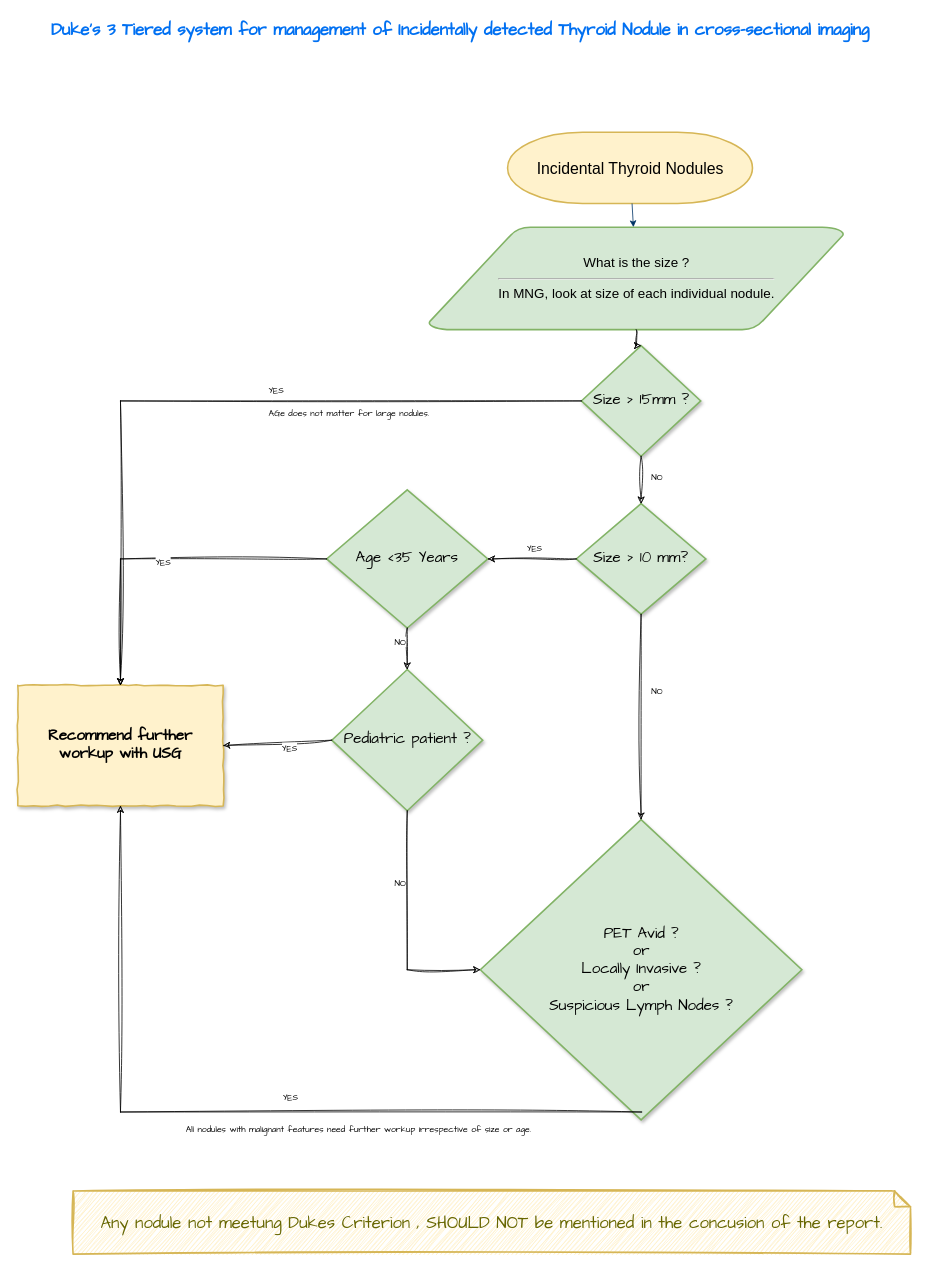
The draw.io diagram mermaid_diagrams/incidental-thyroid-nodule.drawio in visit-www/ws_companion, before the edit. Source tidied: cells renumbered, new cells numbered last; positions are measured from the earlier drawing's top-left corner, leaving out a move shared by most shapes. Both pictures are drawn from the tidied source at 79%, with x=0, y=0 at pixel (17, 13).
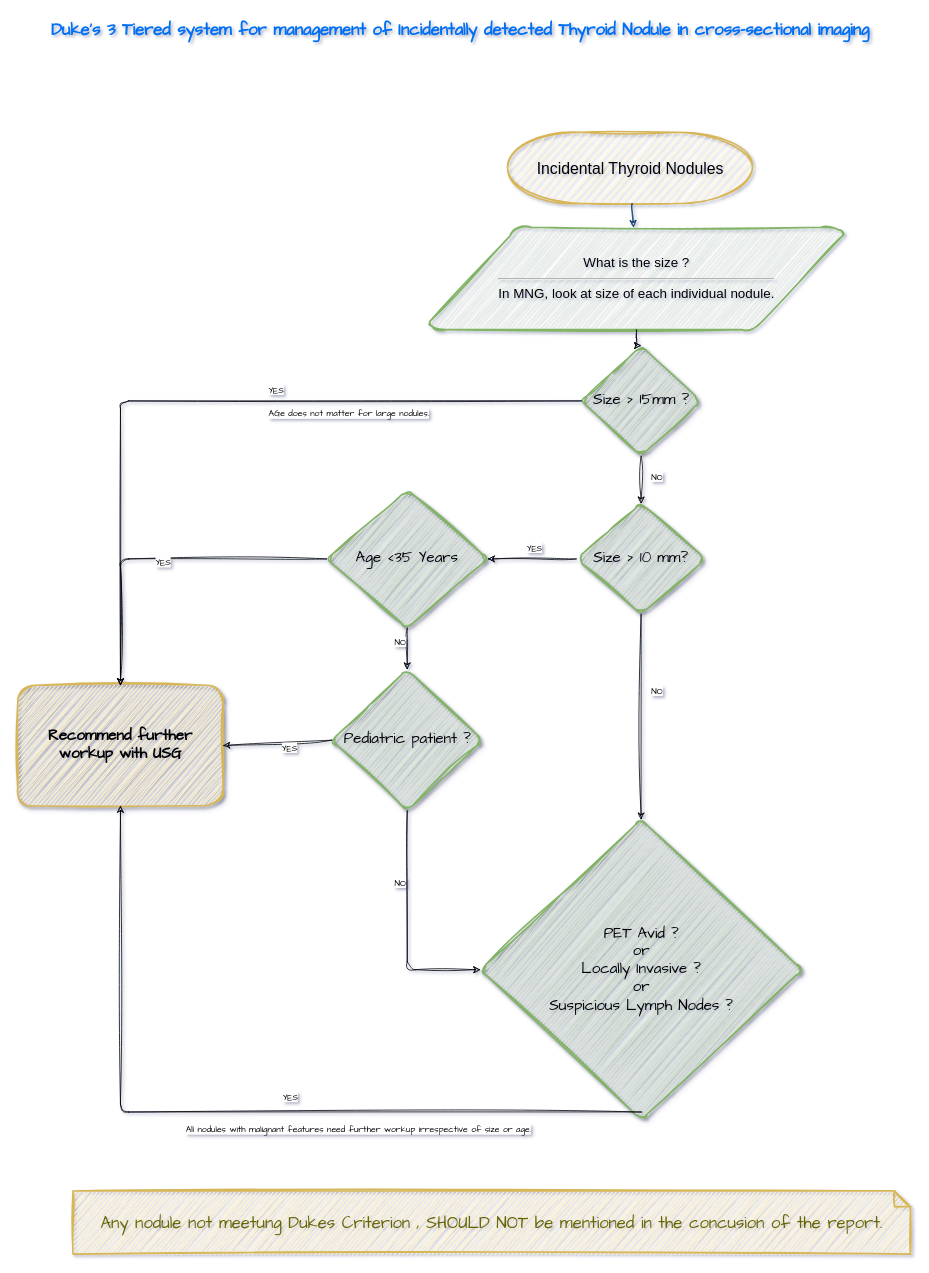
The same diagram, later.

Change to the diagram source:
```diff
@@
-<mxGraphModel>
+<mxGraphModel shadow="1">
@@
-    <mxCell id="2" style="group;fontSize=24;" parent="1" vertex="1">
+    <mxCell id="2" style="group;fontSize=24;sketch=1;curveFitting=1;jiggle=2;rounded=1;" parent="1" vertex="1">
       <mxGeometry x="30" width="1061" height="1250" as="geometry" />
     </mxCell>
-    <mxCell id="3" style="group;" parent="2" vertex="1">
+    <mxCell id="3" style="group;sketch=1;curveFitting=1;jiggle=2;rounded=1;" parent="2" vertex="1">
       <mxGeometry x="81" y="150" width="980" height="1080" as="geometry" />
     </mxCell>
-    <mxCell id="4" value="Incidental Thyroid Nodules" style="shape=mxgraph.flowchart.terminator;strokeWidth=2;gradientDirection=north;fontStyle=0;html=1;fillColor=#fff2cc;strokeColor=#d6b656;fontSize=20;" parent="3" vertex="1">
+    <mxCell id="4" value="Incidental Thyroid Nodules" style="shape=mxgraph.flowchart.terminator;strokeWidth=2;gradientDirection=north;fontStyle=0;html=1;fillColor=#fff2cc;strokeColor=#d6b656;fontSize=20;sketch=1;curveFitting=1;jiggle=2;rounded=1;" parent="3" vertex="1">
       <mxGeometry x="509" width="310" height="90" as="geometry" />
     </mxCell>
-    <mxCell id="5" value="&lt;font style=&quot;font-size: 17px;&quot;&gt;What is the size ?&lt;/font&gt;&lt;div style=&quot;font-size: 17px;&quot;&gt;&lt;hr&gt;&lt;div&gt;&lt;/div&gt;&lt;div&gt;&lt;font style=&quot;font-size: 17px;&quot;&gt;In MNG, look at size of each individual nodule.&lt;/font&gt;&lt;/div&gt;&lt;/div&gt;" style="shape=mxgraph.flowchart.data;strokeWidth=2;gradientDirection=north;fontStyle=0;html=1;fillColor=#d5e8d4;strokeColor=#82b366;" parent="3" vertex="1">
+    <mxCell id="5" value="&lt;font style=&quot;font-size: 17px;&quot;&gt;What is the size ?&lt;/font&gt;&lt;div style=&quot;font-size: 17px;&quot;&gt;&lt;hr&gt;&lt;div&gt;&lt;/div&gt;&lt;div&gt;&lt;font style=&quot;font-size: 17px;&quot;&gt;In MNG, look at size of each individual nodule.&lt;/font&gt;&lt;/div&gt;&lt;/div&gt;" style="shape=mxgraph.flowchart.data;strokeWidth=2;gradientDirection=north;fontStyle=0;html=1;fillColor=#d5e8d4;strokeColor=#82b366;sketch=1;curveFitting=1;jiggle=2;rounded=1;" parent="3" vertex="1">
       <mxGeometry x="409" y="120" width="526" height="130" as="geometry" />
     </mxCell>
-    <mxCell id="6" value="Size &amp;gt; 15mm ?" style="rhombus;whiteSpace=wrap;html=1;strokeWidth=2;gradientDirection=north;fontStyle=0;hachureGap=4;fontFamily=Architects Daughter;fillColor=#d5e8d4;strokeColor=#82b366;rounded=0;shadow=1;fontSize=19;" parent="3" vertex="1">
+    <mxCell id="6" value="Size &amp;gt; 15mm ?" style="rhombus;whiteSpace=wrap;html=1;strokeWidth=2;gradientDirection=north;fontStyle=0;hachureGap=4;fontFamily=Architects Daughter;fillColor=#d5e8d4;strokeColor=#82b366;rounded=1;shadow=1;fontSize=19;sketch=1;curveFitting=1;jiggle=2;" parent="3" vertex="1">
       <mxGeometry x="602.5" y="270" width="151" height="140" as="geometry" />
     </mxCell>
-    <mxCell id="7" value="Recommend further workup with USG" style="whiteSpace=wrap;html=1;fontFamily=Architects Daughter;strokeWidth=2;gradientDirection=north;fontStyle=1;hachureGap=4;fillColor=#fff2cc;strokeColor=#d6b656;shadow=1;comic=1;fontSize=19;" parent="3" vertex="1">
+    <mxCell id="7" value="Recommend further workup with USG" style="whiteSpace=wrap;html=1;fontFamily=Architects Daughter;strokeWidth=2;gradientDirection=north;fontStyle=1;hachureGap=4;fillColor=#fff2cc;strokeColor=#d6b656;shadow=1;comic=1;fontSize=19;sketch=1;curveFitting=1;jiggle=2;rounded=1;" parent="3" vertex="1">
       <mxGeometry x="-111" y="700" width="260" height="152.5" as="geometry" />
     </mxCell>
-    <mxCell id="8" value="Size &amp;gt; 10 mm?" style="rhombus;whiteSpace=wrap;html=1;fontFamily=Architects Daughter;fillColor=#d5e8d4;strokeColor=#82b366;strokeWidth=2;gradientDirection=north;fontStyle=0;hachureGap=4;rounded=0;shadow=1;fontSize=19;" parent="3" vertex="1">
+    <mxCell id="8" value="Size &amp;gt; 10 mm?" style="rhombus;whiteSpace=wrap;html=1;fontFamily=Architects Daughter;fillColor=#d5e8d4;strokeColor=#82b366;strokeWidth=2;gradientDirection=north;fontStyle=0;hachureGap=4;rounded=1;shadow=1;fontSize=19;sketch=1;curveFitting=1;jiggle=2;" parent="3" vertex="1">
       <mxGeometry x="596" y="470" width="164" height="140" as="geometry" />
     </mxCell>
-    <mxCell id="9" value="Age &amp;lt;35 Years" style="rhombus;whiteSpace=wrap;html=1;fontFamily=Architects Daughter;fillColor=#d5e8d4;strokeColor=#82b366;strokeWidth=2;gradientDirection=north;fontStyle=0;hachureGap=4;rounded=0;shadow=1;fontSize=19;" parent="3" vertex="1">
+    <mxCell id="9" value="Age &amp;lt;35 Years" style="rhombus;whiteSpace=wrap;html=1;fontFamily=Architects Daughter;fillColor=#d5e8d4;strokeColor=#82b366;strokeWidth=2;gradientDirection=north;fontStyle=0;hachureGap=4;rounded=1;shadow=1;fontSize=19;sketch=1;curveFitting=1;jiggle=2;" parent="3" vertex="1">
       <mxGeometry x="280" y="452.5" width="204" height="175" as="geometry" />
     </mxCell>
-    <mxCell id="10" value="Pediatric patient ?" style="rhombus;whiteSpace=wrap;html=1;fontFamily=Architects Daughter;fillColor=#d5e8d4;strokeColor=#82b366;strokeWidth=2;gradientDirection=north;fontStyle=0;hachureGap=4;rounded=0;shadow=1;fontSize=19;" parent="3" vertex="1">
+    <mxCell id="10" value="Pediatric patient ?" style="rhombus;whiteSpace=wrap;html=1;fontFamily=Architects Daughter;fillColor=#d5e8d4;strokeColor=#82b366;strokeWidth=2;gradientDirection=north;fontStyle=0;hachureGap=4;rounded=1;shadow=1;fontSize=19;sketch=1;curveFitting=1;jiggle=2;" parent="3" vertex="1">
       <mxGeometry x="286.5" y="680" width="191" height="178.8" as="geometry" />
     </mxCell>
-    <mxCell id="11" value="PET Avid ?&lt;div style=&quot;font-size: 19px;&quot;&gt;or&lt;/div&gt;&lt;div style=&quot;font-size: 19px;&quot;&gt;Locally Invasive ?&lt;/div&gt;&lt;div style=&quot;font-size: 19px;&quot;&gt;or&lt;/div&gt;&lt;div style=&quot;font-size: 19px;&quot;&gt;Suspicious Lymph Nodes ?&lt;/div&gt;" style="rhombus;whiteSpace=wrap;html=1;fontFamily=Architects Daughter;fillColor=#d5e8d4;strokeColor=#82b366;strokeWidth=2;gradientDirection=north;fontStyle=0;hachureGap=4;rounded=0;shadow=1;fontSize=19;" parent="3" vertex="1">
+    <mxCell id="11" value="PET Avid ?&lt;div style=&quot;font-size: 19px;&quot;&gt;or&lt;/div&gt;&lt;div style=&quot;font-size: 19px;&quot;&gt;Locally Invasive ?&lt;/div&gt;&lt;div style=&quot;font-size: 19px;&quot;&gt;or&lt;/div&gt;&lt;div style=&quot;font-size: 19px;&quot;&gt;Suspicious Lymph Nodes ?&lt;/div&gt;" style="rhombus;whiteSpace=wrap;html=1;fontFamily=Architects Daughter;fillColor=#d5e8d4;strokeColor=#82b366;strokeWidth=2;gradientDirection=north;fontStyle=0;hachureGap=4;rounded=1;shadow=1;fontSize=19;sketch=1;curveFitting=1;jiggle=2;" parent="3" vertex="1">
       <mxGeometry x="474.5" y="870" width="407" height="380" as="geometry" />
     </mxCell>
-    <mxCell id="12" style="fontStyle=1;strokeColor=#003366;strokeWidth=1;html=1;" parent="3" edge="1" source="4" target="5">
+    <mxCell id="12" style="fontStyle=1;strokeColor=#003366;strokeWidth=1;html=1;sketch=1;curveFitting=1;jiggle=2;" parent="3" edge="1" source="4" target="5">
       <mxGeometry relative="1" as="geometry" />
     </mxCell>
-    <mxCell id="13" style="edgeStyle=orthogonalEdgeStyle;rounded=0;sketch=1;hachureGap=4;jiggle=2;curveFitting=1;jettySize=auto;html=1;fontFamily=Architects Daughter;" parent="3" edge="1" source="5" target="6">
+    <mxCell id="13" style="edgeStyle=orthogonalEdgeStyle;rounded=1;hachureGap=4;jettySize=auto;html=1;fontFamily=Architects Daughter;sketch=1;curveFitting=1;jiggle=2;" parent="3" edge="1" source="5" target="6">
       <mxGeometry relative="1" as="geometry" />
     </mxCell>
-    <mxCell id="14" style="edgeStyle=orthogonalEdgeStyle;rounded=0;sketch=1;hachureGap=4;jiggle=2;curveFitting=1;jettySize=auto;html=1;fontFamily=Architects Daughter;" parent="3" edge="1" source="6" target="7">
+    <mxCell id="14" style="edgeStyle=orthogonalEdgeStyle;rounded=1;hachureGap=4;jettySize=auto;html=1;fontFamily=Architects Daughter;sketch=1;curveFitting=1;jiggle=2;" parent="3" edge="1" source="6" target="7">
       <mxGeometry relative="1" as="geometry" />
     </mxCell>
-    <mxCell id="15" value="YES" style="edgeLabel;html=1;align=center;verticalAlign=middle;sketch=1;hachureGap=4;jiggle=2;curveFitting=1;fontFamily=Architects Daughter;" parent="14" vertex="1">
+    <mxCell id="15" value="YES" style="edgeLabel;html=1;align=center;verticalAlign=middle;hachureGap=4;fontFamily=Architects Daughter;sketch=1;curveFitting=1;jiggle=2;rounded=1;" parent="14" vertex="1">
       <mxGeometry x="-0.18" y="-1" relative="1" as="geometry">
         <mxPoint y="-14" as="offset" />
       </mxGeometry>
     </mxCell>
-    <mxCell id="16" value="AGe does not matter for large nodules." style="edgeLabel;html=1;align=center;verticalAlign=middle;sketch=1;hachureGap=4;jiggle=2;curveFitting=1;fontFamily=Architects Daughter;" parent="14" vertex="1">
+    <mxCell id="16" value="AGe does not matter for large nodules." style="edgeLabel;html=1;align=center;verticalAlign=middle;hachureGap=4;fontFamily=Architects Daughter;sketch=1;curveFitting=1;jiggle=2;rounded=1;" parent="14" vertex="1">
       <mxGeometry x="-0.48" y="-1" relative="1" as="geometry">
         <mxPoint x="-50" y="16" as="offset" />
       </mxGeometry>
     </mxCell>
-    <mxCell id="17" style="edgeStyle=orthogonalEdgeStyle;rounded=0;sketch=1;hachureGap=4;jiggle=2;curveFitting=1;jettySize=auto;html=1;fontFamily=Architects Daughter;" parent="3" edge="1" source="6" target="8">
+    <mxCell id="17" style="edgeStyle=orthogonalEdgeStyle;rounded=1;hachureGap=4;jettySize=auto;html=1;fontFamily=Architects Daughter;sketch=1;curveFitting=1;jiggle=2;" parent="3" edge="1" source="6" target="8">
       <mxGeometry relative="1" as="geometry" />
     </mxCell>
-    <mxCell id="18" value="NO" style="edgeLabel;html=1;align=center;verticalAlign=middle;sketch=1;hachureGap=4;jiggle=2;curveFitting=1;fontFamily=Architects Daughter;" parent="17" vertex="1">
+    <mxCell id="18" value="NO" style="edgeLabel;html=1;align=center;verticalAlign=middle;hachureGap=4;fontFamily=Architects Daughter;sketch=1;curveFitting=1;jiggle=2;rounded=1;" parent="17" vertex="1">
       <mxGeometry x="-0.16" relative="1" as="geometry">
         <mxPoint x="19" as="offset" />
       </mxGeometry>
     </mxCell>
-    <mxCell id="19" style="edgeStyle=orthogonalEdgeStyle;rounded=0;sketch=1;hachureGap=4;jiggle=2;curveFitting=1;jettySize=auto;html=1;fontFamily=Architects Daughter;" parent="3" edge="1" source="8" target="9">
+    <mxCell id="19" style="edgeStyle=orthogonalEdgeStyle;rounded=1;hachureGap=4;jettySize=auto;html=1;fontFamily=Architects Daughter;sketch=1;curveFitting=1;jiggle=2;" parent="3" edge="1" source="8" target="9">
       <mxGeometry relative="1" as="geometry" />
     </mxCell>
-    <mxCell id="20" value="YES" style="edgeLabel;html=1;align=center;verticalAlign=middle;sketch=1;hachureGap=4;jiggle=2;curveFitting=1;fontFamily=Architects Daughter;" parent="19" vertex="1">
+    <mxCell id="20" value="YES" style="edgeLabel;html=1;align=center;verticalAlign=middle;hachureGap=4;fontFamily=Architects Daughter;sketch=1;curveFitting=1;jiggle=2;rounded=1;" parent="19" vertex="1">
       <mxGeometry x="-0.03" y="1" relative="1" as="geometry">
         <mxPoint y="-16" as="offset" />
       </mxGeometry>
     </mxCell>
-    <mxCell id="21" style="endArrow=classic;html=1;rounded=0;sketch=1;hachureGap=4;jiggle=2;curveFitting=1;fontFamily=Architects Daughter;exitX=0;exitY=0.5;exitDx=0;exitDy=0;entryX=0.5;entryY=0;entryDx=0;entryDy=0;" parent="3" edge="1" source="9" target="7">
+    <mxCell id="21" style="endArrow=classic;html=1;rounded=1;hachureGap=4;fontFamily=Architects Daughter;exitX=0;exitY=0.5;exitDx=0;exitDy=0;entryX=0.5;entryY=0;entryDx=0;entryDy=0;sketch=1;curveFitting=1;jiggle=2;" parent="3" edge="1" source="9" target="7">
       <mxGeometry relative="1" as="geometry">
         <Array as="points">
           <mxPoint x="19" y="540" />
         </Array>
       </mxGeometry>
     </mxCell>
-    <mxCell id="22" value="YES" style="edgeLabel;html=1;align=center;verticalAlign=middle;sketch=1;hachureGap=4;jiggle=2;curveFitting=1;fontFamily=Architects Daughter;" parent="21" vertex="1">
+    <mxCell id="22" value="YES" style="edgeLabel;html=1;align=center;verticalAlign=middle;hachureGap=4;fontFamily=Architects Daughter;sketch=1;curveFitting=1;jiggle=2;rounded=1;" parent="21" vertex="1">
       <mxGeometry x="-0.12" y="3" relative="1" as="geometry">
         <mxPoint x="-23" as="offset" />
       </mxGeometry>
     </mxCell>
-    <mxCell id="23" style="edgeStyle=orthogonalEdgeStyle;rounded=0;sketch=1;hachureGap=4;jiggle=2;curveFitting=1;jettySize=auto;html=1;fontFamily=Architects Daughter;" parent="3" edge="1" source="9" target="10">
+    <mxCell id="23" style="edgeStyle=orthogonalEdgeStyle;rounded=1;hachureGap=4;jettySize=auto;html=1;fontFamily=Architects Daughter;sketch=1;curveFitting=1;jiggle=2;" parent="3" edge="1" source="9" target="10">
       <mxGeometry relative="1" as="geometry" />
     </mxCell>
-    <mxCell id="24" value="NO" style="edgeLabel;html=1;align=center;verticalAlign=middle;sketch=1;hachureGap=4;jiggle=2;curveFitting=1;fontFamily=Architects Daughter;" parent="23" vertex="1">
+    <mxCell id="24" value="NO" style="edgeLabel;html=1;align=center;verticalAlign=middle;hachureGap=4;fontFamily=Architects Daughter;sketch=1;curveFitting=1;jiggle=2;rounded=1;" parent="23" vertex="1">
       <mxGeometry x="-0.36" relative="1" as="geometry">
         <mxPoint x="-10" as="offset" />
       </mxGeometry>
     </mxCell>
-    <mxCell id="25" style="endArrow=classic;html=1;rounded=0;sketch=1;hachureGap=4;jiggle=2;curveFitting=1;fontFamily=Architects Daughter;exitX=0;exitY=0.5;exitDx=0;exitDy=0;entryX=1;entryY=0.5;entryDx=0;entryDy=0;" parent="3" edge="1" source="10" target="7">
+    <mxCell id="25" style="endArrow=classic;html=1;rounded=1;hachureGap=4;fontFamily=Architects Daughter;exitX=0;exitY=0.5;exitDx=0;exitDy=0;entryX=1;entryY=0.5;entryDx=0;entryDy=0;sketch=1;curveFitting=1;jiggle=2;" parent="3" edge="1" source="10" target="7">
       <mxGeometry relative="1" as="geometry" />
     </mxCell>
-    <mxCell id="26" value="YES" style="edgeLabel;html=1;align=center;verticalAlign=middle;sketch=1;hachureGap=4;jiggle=2;curveFitting=1;fontFamily=Architects Daughter;" parent="25" vertex="1">
+    <mxCell id="26" value="YES" style="edgeLabel;html=1;align=center;verticalAlign=middle;hachureGap=4;fontFamily=Architects Daughter;sketch=1;curveFitting=1;jiggle=2;rounded=1;" parent="25" vertex="1">
       <mxGeometry x="0.02" y="1" relative="1" as="geometry">
         <mxPoint x="16" y="5" as="offset" />
       </mxGeometry>
     </mxCell>
-    <mxCell id="27" style="edgeStyle=orthogonalEdgeStyle;rounded=0;sketch=1;hachureGap=4;jiggle=2;curveFitting=1;jettySize=auto;html=1;fontFamily=Architects Daughter;" parent="3" edge="1" source="8" target="11">
+    <mxCell id="27" style="edgeStyle=orthogonalEdgeStyle;rounded=1;hachureGap=4;jettySize=auto;html=1;fontFamily=Architects Daughter;sketch=1;curveFitting=1;jiggle=2;" parent="3" edge="1" source="8" target="11">
       <mxGeometry relative="1" as="geometry" />
     </mxCell>
-    <mxCell id="28" value="NO" style="edgeLabel;html=1;align=center;verticalAlign=middle;sketch=1;hachureGap=4;jiggle=2;curveFitting=1;fontFamily=Architects Daughter;" parent="27" vertex="1">
+    <mxCell id="28" value="NO" style="edgeLabel;html=1;align=center;verticalAlign=middle;hachureGap=4;fontFamily=Architects Daughter;sketch=1;curveFitting=1;jiggle=2;rounded=1;" parent="27" vertex="1">
       <mxGeometry x="-0.27" y="4" relative="1" as="geometry">
         <mxPoint x="15" y="1" as="offset" />
       </mxGeometry>
     </mxCell>
-    <mxCell id="29" style="edgeStyle=orthogonalEdgeStyle;rounded=0;sketch=1;hachureGap=4;jiggle=2;curveFitting=1;jettySize=auto;html=1;exitX=0.5;exitY=1;exitDx=0;exitDy=0;entryX=0;entryY=0.5;entryDx=0;entryDy=0;fontFamily=Architects Daughter;" parent="3" edge="1" source="10" target="11">
+    <mxCell id="29" style="edgeStyle=orthogonalEdgeStyle;rounded=1;hachureGap=4;jettySize=auto;html=1;exitX=0.5;exitY=1;exitDx=0;exitDy=0;entryX=0;entryY=0.5;entryDx=0;entryDy=0;fontFamily=Architects Daughter;sketch=1;curveFitting=1;jiggle=2;" parent="3" edge="1" source="10" target="11">
       <mxGeometry relative="1" as="geometry" />
     </mxCell>
-    <mxCell id="30" value="NO" style="edgeLabel;html=1;align=center;verticalAlign=middle;sketch=1;hachureGap=4;jiggle=2;curveFitting=1;fontFamily=Architects Daughter;" parent="29" vertex="1">
+    <mxCell id="30" value="NO" style="edgeLabel;html=1;align=center;verticalAlign=middle;hachureGap=4;fontFamily=Architects Daughter;sketch=1;curveFitting=1;jiggle=2;rounded=1;" parent="29" vertex="1">
       <mxGeometry x="-0.41" y="2" relative="1" as="geometry">
         <mxPoint x="-12" y="4" as="offset" />
       </mxGeometry>
     </mxCell>
-    <mxCell id="31" style="edgeStyle=orthogonalEdgeStyle;rounded=0;sketch=1;hachureGap=4;jiggle=2;curveFitting=1;jettySize=auto;html=1;fontFamily=Architects Daughter;exitX=0.502;exitY=0.974;exitDx=0;exitDy=0;exitPerimeter=0;" parent="3" edge="1" source="11" target="7">
+    <mxCell id="31" style="edgeStyle=orthogonalEdgeStyle;rounded=1;hachureGap=4;jettySize=auto;html=1;fontFamily=Architects Daughter;exitX=0.502;exitY=0.974;exitDx=0;exitDy=0;exitPerimeter=0;sketch=1;curveFitting=1;jiggle=2;" parent="3" edge="1" source="11" target="7">
       <mxGeometry relative="1" as="geometry" />
     </mxCell>
-    <mxCell id="32" value="YES" style="edgeLabel;html=1;align=center;verticalAlign=middle;sketch=1;hachureGap=4;jiggle=2;curveFitting=1;fontFamily=Architects Daughter;" parent="31" vertex="1">
+    <mxCell id="32" value="YES" style="edgeLabel;html=1;align=center;verticalAlign=middle;hachureGap=4;fontFamily=Architects Daughter;sketch=1;curveFitting=1;jiggle=2;rounded=1;" parent="31" vertex="1">
       <mxGeometry x="-0.14" y="-3" relative="1" as="geometry">
         <mxPoint x="5" y="-17" as="offset" />
       </mxGeometry>
     </mxCell>
-    <mxCell id="33" value="All nodules with malignant features need further workup irrespective of size or age." style="edgeLabel;html=1;align=center;verticalAlign=middle;sketch=1;hachureGap=4;jiggle=2;curveFitting=1;fontFamily=Architects Daughter;" parent="31" vertex="1">
+    <mxCell id="33" value="All nodules with malignant features need further workup irrespective of size or age." style="edgeLabel;html=1;align=center;verticalAlign=middle;hachureGap=4;fontFamily=Architects Daughter;sketch=1;curveFitting=1;jiggle=2;rounded=1;" parent="31" vertex="1">
       <mxGeometry x="0.4" relative="1" as="geometry">
         <mxPoint x="300" y="95" as="offset" />
       </mxGeometry>
     </mxCell>
-    <mxCell id="34" value="&lt;font style=&quot;font-size: 21px;&quot;&gt;Duke's 3 Tiered system for management of Incidentally detected Thyroid Nodule in cross-sectional imaging&lt;/font&gt;" style="text;html=1;align=center;verticalAlign=middle;strokeColor=none;fillColor=none;fontSize=21;fontColor=#0070F2;fontFamily=Architects Daughter;fontStyle=1;" parent="2" vertex="1">
+    <mxCell id="34" value="&lt;font style=&quot;font-size: 21px;&quot;&gt;Duke's 3 Tiered system for management of Incidentally detected Thyroid Nodule in cross-sectional imaging&lt;/font&gt;" style="text;html=1;align=center;verticalAlign=middle;strokeColor=none;fillColor=none;fontSize=21;fontColor=#0070F2;fontFamily=Architects Daughter;fontStyle=1;sketch=1;curveFitting=1;jiggle=2;rounded=1;" parent="2" vertex="1">
       <mxGeometry width="1060" height="40" as="geometry" />
     </mxCell>
-    <mxCell id="35" value="Any nodule not meetung Dukes Criterion , SHOULD NOT be mentioned in the concusion of the report." style="shape=note;strokeWidth=2;fontSize=21;size=20;whiteSpace=wrap;html=1;fillColor=#fff2cc;strokeColor=#d6b656;fontColor=#666600;sketch=1;hachureGap=4;jiggle=2;curveFitting=1;fontFamily=Architects Daughter;" parent="1" vertex="1">
+    <mxCell id="35" value="Any nodule not meetung Dukes Criterion , SHOULD NOT be mentioned in the concusion of the report." style="shape=note;strokeWidth=2;fontSize=21;size=20;whiteSpace=wrap;html=1;fillColor=#fff2cc;strokeColor=#d6b656;fontColor=#666600;hachureGap=4;fontFamily=Architects Daughter;sketch=1;curveFitting=1;jiggle=2;rounded=1;" parent="1" vertex="1">
       <mxGeometry x="70" y="1490" width="1060" height="80" as="geometry" />
     </mxCell>
```
